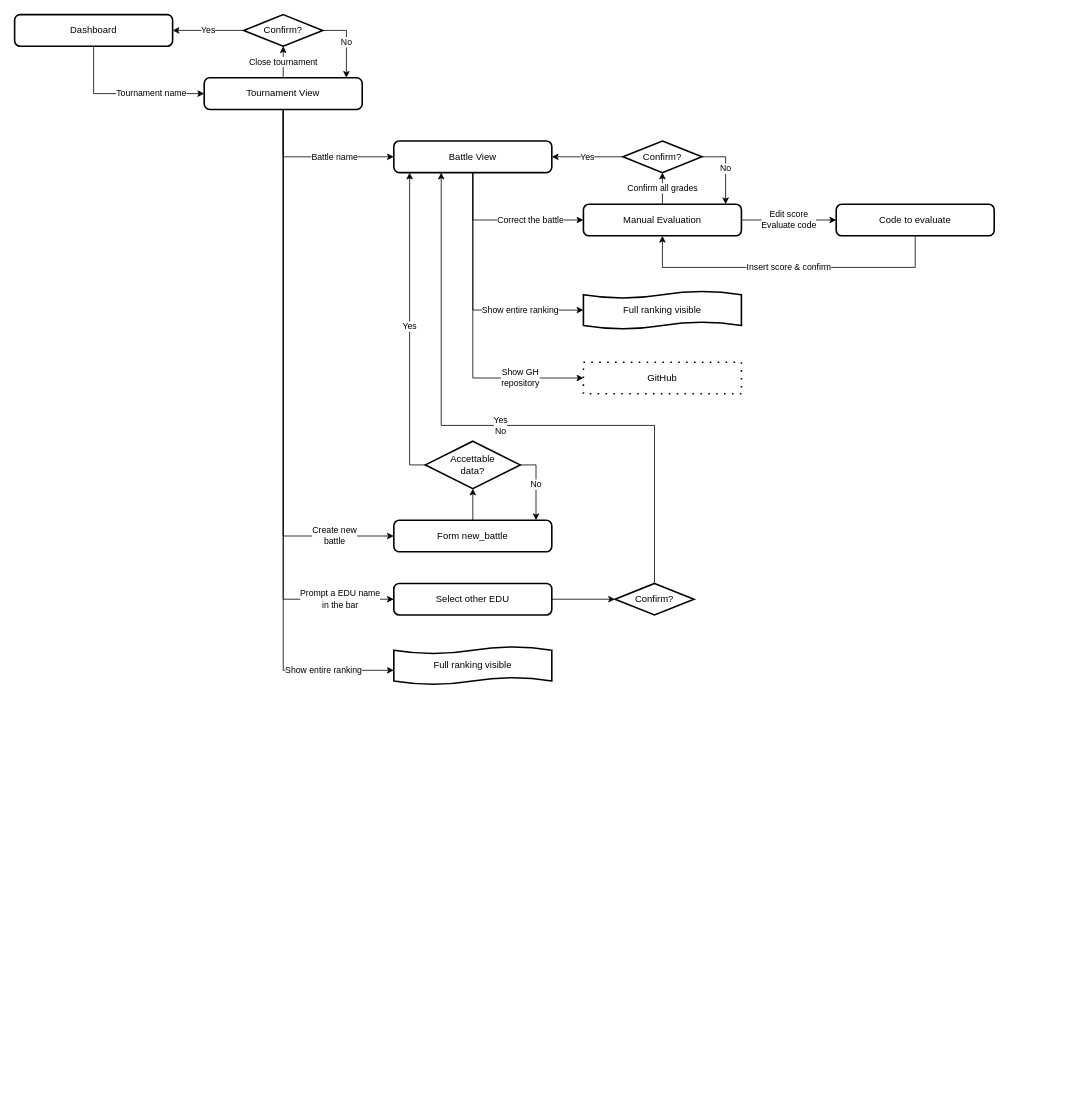
pontig/sw-eng-2-PasiniPontiggiaStasi keeps this draw.io diagram as page "EDU" (2 of 4) of DD/images/diagrams/UX.drawio. Above is the earlier version. Source tidied: cells renumbered, new cells numbered last; positions are measured from the earlier drawing's top-left corner, leaving out a move shared by most shapes. Both pictures are drawn from the tidied source at 79%, with x=0, y=0 at pixel (14, 14).
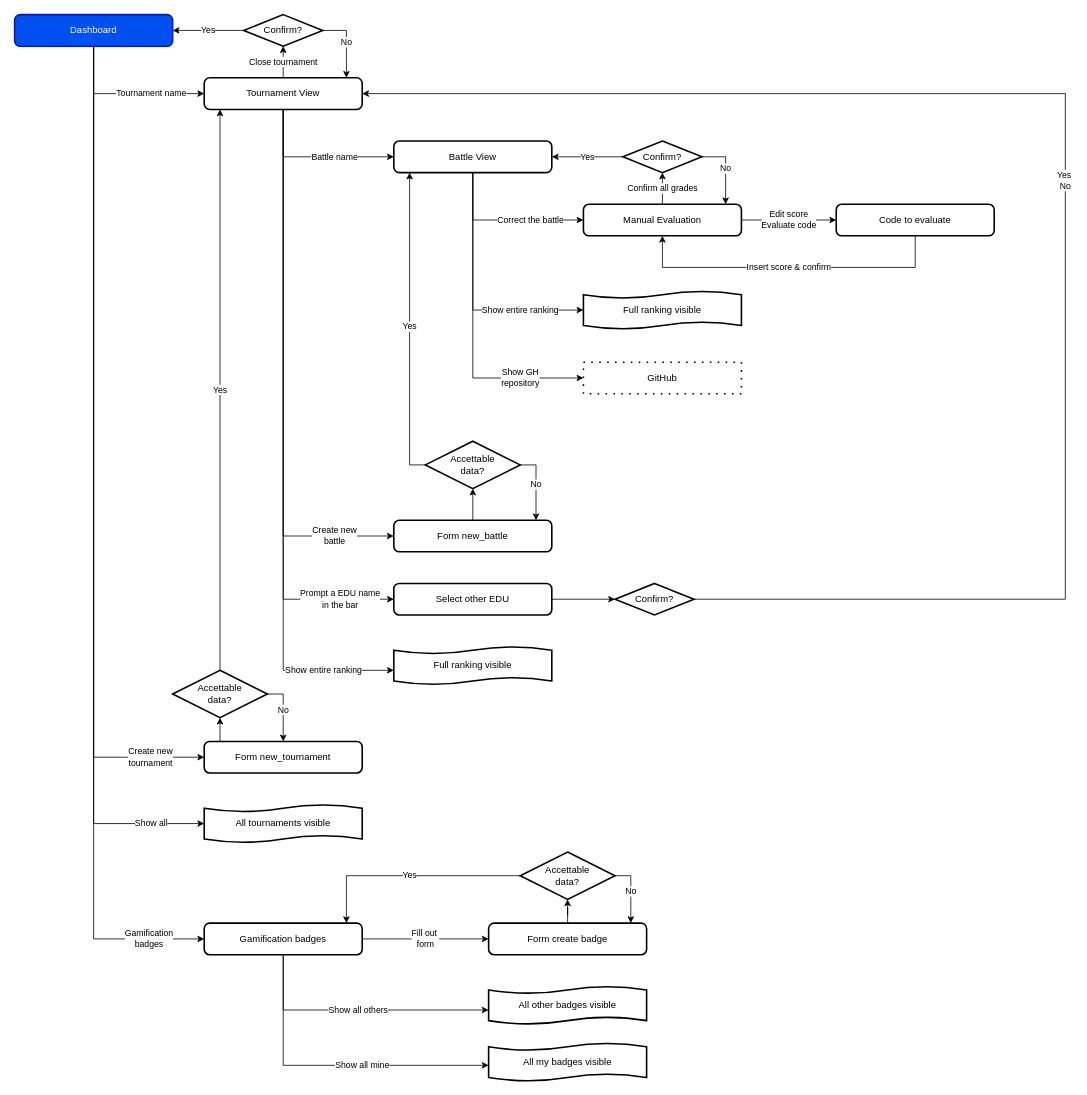
After the change.

The change refers to these unchanged cells:
```xml
<mxCell id="9" value="Tournament View" style="rounded=1;whiteSpace=wrap;html=1;absoluteArcSize=1;arcSize=14;strokeWidth=2;" parent="1" vertex="1">
  <mxGeometry x="240" y="80" width="200" height="40" as="geometry" />
</mxCell>
<mxCell id="13" value="Battle View" style="rounded=1;whiteSpace=wrap;html=1;absoluteArcSize=1;arcSize=14;strokeWidth=2;" parent="1" vertex="1">
  <mxGeometry x="480" y="160" width="200" height="40" as="geometry" />
</mxCell>
<mxCell id="36" value="Confirm?" style="strokeWidth=2;html=1;shape=mxgraph.flowchart.decision;whiteSpace=wrap;" parent="1" vertex="1">
  <mxGeometry x="760" y="720" width="100" height="40" as="geometry" />
</mxCell>
```

Diff of the diagram source:
```diff
@@
+    <mxCell id="37" value="Create new&lt;br&gt;tournament" style="edgeStyle=orthogonalEdgeStyle;rounded=0;jettySize=auto;html=1;" parent="1" edge="1" source="3" target="52">
+      <mxGeometry x="0.87" relative="1" as="geometry">
+        <Array as="points">
+          <mxPoint x="100" y="940" />
+        </Array>
+      </mxGeometry>
+    </mxCell>
+    <mxCell id="38" value="Show all" style="edgeStyle=orthogonalEdgeStyle;rounded=0;jettySize=auto;html=1;" parent="1" edge="1" source="3" target="56">
+      <mxGeometry x="0.88" relative="1" as="geometry">
+        <Array as="points">
+          <mxPoint x="100" y="1024" />
+        </Array>
+      </mxGeometry>
+    </mxCell>
+    <mxCell id="39" value="Gamification&lt;br&gt;badges" style="edgeStyle=orthogonalEdgeStyle;rounded=0;jettySize=auto;html=1;" parent="1" edge="1" source="3" target="43">
+      <mxGeometry x="0.89" relative="1" as="geometry">
+        <Array as="points">
+          <mxPoint x="100" y="1170" />
+        </Array>
+      </mxGeometry>
+    </mxCell>
-    <mxCell id="3" value="Dashboard" style="rounded=1;whiteSpace=wrap;html=1;absoluteArcSize=1;arcSize=14;strokeWidth=2;" parent="1" vertex="1">
+    <mxCell id="3" value="Dashboard" style="rounded=1;whiteSpace=wrap;html=1;absoluteArcSize=1;arcSize=14;strokeWidth=2;fillColor=#0050ef;fontColor=#ffffff;strokeColor=#001DBC;" parent="1" vertex="1">
       <mxGeometry width="200" height="40" as="geometry" />
     </mxCell>
@@
-    <mxCell id="35" value="Yes&lt;br&gt;No" style="edgeStyle=orthogonalEdgeStyle;rounded=0;jettySize=auto;html=1;" parent="1" edge="1" source="36" target="13">
+    <mxCell id="35" value="Yes&amp;nbsp;&lt;br&gt;No" style="edgeStyle=orthogonalEdgeStyle;rounded=0;jettySize=auto;html=1;" parent="1" edge="1" source="36" target="9">
       <mxGeometry relative="1" as="geometry">
         <Array as="points">
-          <mxPoint x="810" y="520" />
-          <mxPoint x="540" y="520" />
+          <mxPoint x="1330" y="740" />
+          <mxPoint x="1330" y="100" />
         </Array>
       </mxGeometry>
     </mxCell>
@@
+    <mxCell id="40" value="Fill out&amp;nbsp;&lt;br&gt;form" style="edgeStyle=orthogonalEdgeStyle;rounded=0;jettySize=auto;html=1;" parent="1" edge="1" source="43" target="45">
+      <mxGeometry relative="1" as="geometry" />
+    </mxCell>
+    <mxCell id="41" value="Show all others" style="edgeStyle=orthogonalEdgeStyle;rounded=0;jettySize=auto;html=1;" parent="1" edge="1" source="43" target="50">
+      <mxGeometry relative="1" as="geometry">
+        <Array as="points">
+          <mxPoint x="340" y="1260" />
+        </Array>
+      </mxGeometry>
+    </mxCell>
+    <mxCell id="42" value="Show all mine" style="edgeStyle=orthogonalEdgeStyle;rounded=0;jettySize=auto;html=1;" parent="1" edge="1" source="43" target="49">
+      <mxGeometry x="0.2" relative="1" as="geometry">
+        <Array as="points">
+          <mxPoint x="340" y="1330" />
+        </Array>
+      </mxGeometry>
+    </mxCell>
+    <mxCell id="43" value="Gamification badges" style="rounded=1;whiteSpace=wrap;html=1;absoluteArcSize=1;arcSize=14;strokeWidth=2;" parent="1" vertex="1">
+      <mxGeometry x="240" y="1150" width="200" height="40" as="geometry" />
+    </mxCell>
+    <mxCell id="44" style="edgeStyle=orthogonalEdgeStyle;rounded=0;jettySize=auto;html=1;" parent="1" edge="1" source="45" target="48">
+      <mxGeometry relative="1" as="geometry" />
+    </mxCell>
+    <mxCell id="45" value="Form create badge" style="rounded=1;whiteSpace=wrap;html=1;absoluteArcSize=1;arcSize=14;strokeWidth=2;" parent="1" vertex="1">
+      <mxGeometry x="600" y="1150" width="200" height="40" as="geometry" />
+    </mxCell>
+    <mxCell id="46" value="No" style="edgeStyle=orthogonalEdgeStyle;rounded=0;jettySize=auto;html=1;" parent="1" edge="1" source="48" target="45">
+      <mxGeometry relative="1" as="geometry">
+        <Array as="points">
+          <mxPoint x="780" y="1090" />
+        </Array>
+      </mxGeometry>
+    </mxCell>
+    <mxCell id="47" value="Yes" style="edgeStyle=orthogonalEdgeStyle;rounded=0;jettySize=auto;html=1;" parent="1" edge="1" source="48" target="43">
+      <mxGeometry relative="1" as="geometry">
+        <Array as="points">
+          <mxPoint x="420" y="1090" />
+        </Array>
+      </mxGeometry>
+    </mxCell>
+    <mxCell id="48" value="Accettable&lt;br&gt;data?" style="strokeWidth=2;html=1;shape=mxgraph.flowchart.decision;whiteSpace=wrap;" parent="1" vertex="1">
+      <mxGeometry x="640" y="1060" width="120" height="60" as="geometry" />
+    </mxCell>
+    <mxCell id="49" value="All my badges visible" style="shape=tape;whiteSpace=wrap;html=1;strokeWidth=2;size=0.19;" parent="1" vertex="1">
+      <mxGeometry x="600" y="1302" width="200" height="48" as="geometry" />
+    </mxCell>
+    <mxCell id="50" value="All other badges visible" style="shape=tape;whiteSpace=wrap;html=1;strokeWidth=2;size=0.19;" parent="1" vertex="1">
+      <mxGeometry x="600" y="1230" width="200" height="48" as="geometry" />
+    </mxCell>
+    <mxCell id="51" style="edgeStyle=orthogonalEdgeStyle;rounded=0;jettySize=auto;html=1;" parent="1" edge="1" source="52" target="55">
+      <mxGeometry relative="1" as="geometry">
+        <Array as="points">
+          <mxPoint x="260" y="910" />
+          <mxPoint x="260" y="910" />
+        </Array>
+      </mxGeometry>
+    </mxCell>
+    <mxCell id="52" value="Form new_tournament" style="rounded=1;whiteSpace=wrap;html=1;absoluteArcSize=1;arcSize=14;strokeWidth=2;" parent="1" vertex="1">
+      <mxGeometry x="240" y="920" width="200" height="40" as="geometry" />
+    </mxCell>
+    <mxCell id="53" value="Yes" style="edgeStyle=orthogonalEdgeStyle;rounded=0;jettySize=auto;html=1;" parent="1" edge="1" source="55" target="9">
+      <mxGeometry relative="1" as="geometry">
+        <Array as="points">
+          <mxPoint x="260" y="470" />
+          <mxPoint x="260" y="470" />
+        </Array>
+      </mxGeometry>
+    </mxCell>
+    <mxCell id="54" value="No" style="edgeStyle=orthogonalEdgeStyle;rounded=0;jettySize=auto;html=1;" parent="1" edge="1" source="55" target="52">
+      <mxGeometry relative="1" as="geometry">
+        <Array as="points">
+          <mxPoint x="340" y="860" />
+        </Array>
+      </mxGeometry>
+    </mxCell>
+    <mxCell id="55" value="Accettable&lt;br&gt;data?" style="strokeWidth=2;html=1;shape=mxgraph.flowchart.decision;whiteSpace=wrap;" parent="1" vertex="1">
+      <mxGeometry x="200" y="830" width="120" height="60" as="geometry" />
+    </mxCell>
+    <mxCell id="56" value="All tournaments visible" style="shape=tape;whiteSpace=wrap;html=1;strokeWidth=2;size=0.19;" parent="1" vertex="1">
+      <mxGeometry x="240" y="1000" width="200" height="48" as="geometry" />
+    </mxCell>
```
